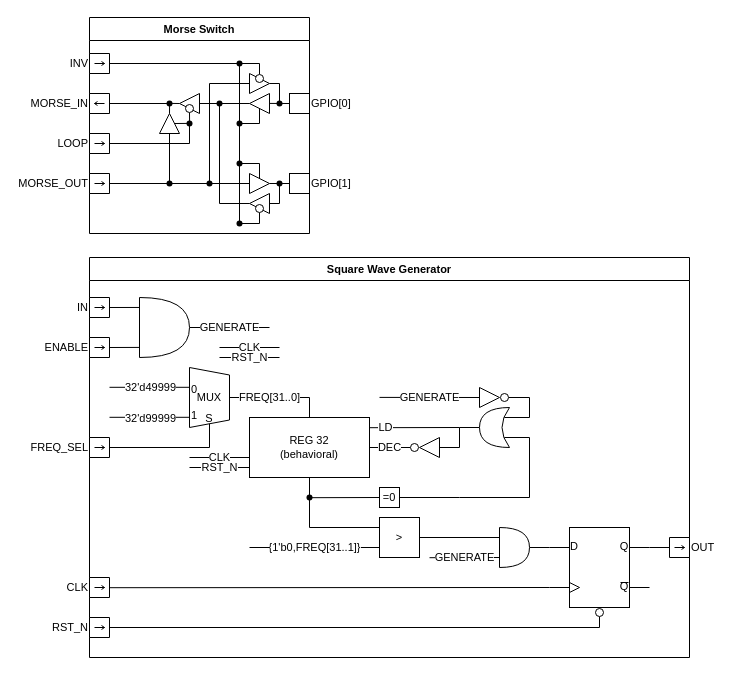
KockaAdmiralac/arilla-vlsi keeps this draw.io diagram as page "Morse Switch Square Wave Generator" (5 of 6) of docs/schem.drawio. Above is the earlier version. Source tidied: cells renumbered, new cells numbered last; positions are measured from the earlier drawing's top-left corner, leaving out a move shared by most shapes. Both pictures are drawn from the tidied source at 100%, with x=0, y=0 at pixel (89, 17).
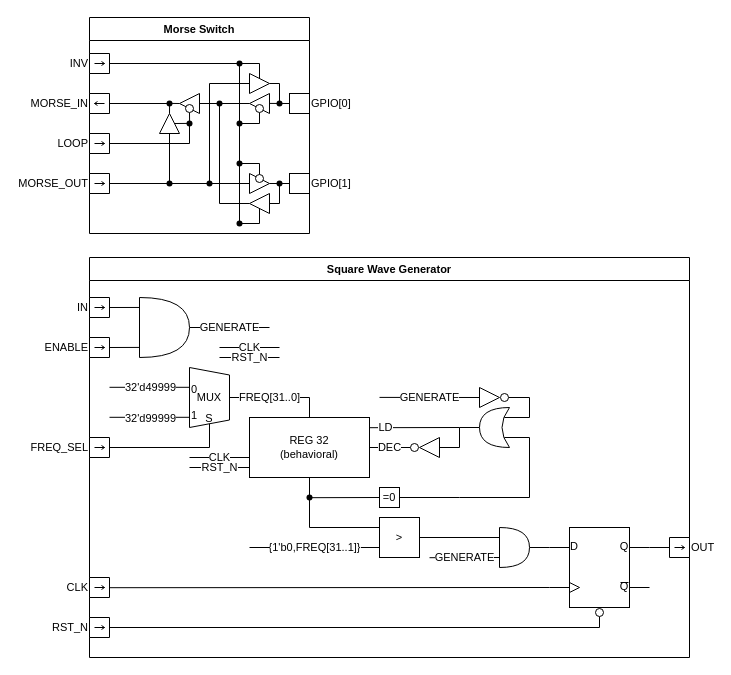
Above is the later version.

Unchanged cells that the change refers to:
```xml
<mxCell id="15" style="triangle;whiteSpace=wrap;html=1;strokeColor=#000000;fontSize=11;" parent="4" vertex="1">
  <mxGeometry x="160" y="56" width="20" height="20" as="geometry" />
</mxCell>
<mxCell id="18" style="triangle;whiteSpace=wrap;html=1;strokeColor=#000000;fontSize=11;flipH=1;" parent="4" vertex="1">
  <mxGeometry x="160" y="76" width="20" height="20" as="geometry" />
</mxCell>
<mxCell id="20" style="triangle;whiteSpace=wrap;html=1;strokeColor=#000000;fontSize=11;flipH=1;" parent="4" vertex="1">
  <mxGeometry x="160" y="176" width="20" height="20" as="geometry" />
</mxCell>
<mxCell id="37" style="shape=waypoint;sketch=0;size=6;points=[];fillColor=none;perimeter=centerPerimeter;snapToPoint=1;labelBorderColor=none;strokeColor=#000000;fontSize=11;" parent="4" vertex="1">
  <mxGeometry x="140" y="96" width="20" height="20" as="geometry" />
</mxCell>
```

Change to the diagram source:
```diff
@@
-    <mxCell id="16" style="edgeStyle=none;rounded=0;jettySize=auto;html=1;exitX=0.5;exitY=1;exitDx=0;exitDy=0;fontSize=11;endArrow=none;endFill=0;" parent="4" edge="1" source="18">
+    <mxCell id="16" style="edgeStyle=none;rounded=0;jettySize=auto;html=1;exitX=0.9;exitY=0.5;exitDx=0;exitDy=0;fontSize=11;endArrow=none;endFill=0;startArrow=none;exitPerimeter=0;" parent="4" edge="1" source="111" target="37">
       <mxGeometry relative="1" as="geometry">
-        <mxPoint x="150" y="106" as="targetPoint" />
         <Array as="points">
           <mxPoint x="170" y="106" />
         </Array>
       </mxGeometry>
     </mxCell>
@@
-    <mxCell id="23" style="edgeStyle=none;rounded=0;jettySize=auto;html=1;exitX=0.9;exitY=0.5;exitDx=0;exitDy=0;exitPerimeter=0;fontSize=11;endArrow=none;endFill=0;" parent="4" edge="1" source="24">
+    <mxCell id="23" style="edgeStyle=none;rounded=0;jettySize=auto;html=1;exitX=0.5;exitY=0;exitDx=0;exitDy=0;fontSize=11;endArrow=none;endFill=0;" parent="4" edge="1" source="15">
       <mxGeometry relative="1" as="geometry">
         <mxPoint x="150" y="46" as="targetPoint" />
         <Array as="points">
           <mxPoint x="170" y="46" />
         </Array>
       </mxGeometry>
     </mxCell>
-    <mxCell id="24" style="verticalLabelPosition=bottom;shadow=0;dashed=0;align=center;html=1;verticalAlign=top;shape=mxgraph.electrical.logic_gates.inverting_contact;strokeColor=#000000;fontSize=11;rotation=-90;" parent="4" vertex="1">
-      <mxGeometry x="165" y="56" width="10" height="10" as="geometry" />
-    </mxCell>
@@
-    <mxCell id="30" style="edgeStyle=none;rounded=0;jettySize=auto;html=1;exitX=0.1;exitY=0.5;exitDx=0;exitDy=0;exitPerimeter=0;fontSize=11;endArrow=none;endFill=0;" parent="4" edge="1" source="31">
+    <mxCell id="30" style="edgeStyle=none;rounded=0;jettySize=auto;html=1;fontSize=11;endArrow=none;endFill=0;exitX=0.5;exitY=1;exitDx=0;exitDy=0;" parent="4" edge="1" source="20">
       <mxGeometry relative="1" as="geometry">
         <mxPoint x="150" y="206" as="targetPoint" />
         <Array as="points">
           <mxPoint x="170" y="206" />
         </Array>
       </mxGeometry>
     </mxCell>
     <mxCell id="31" style="verticalLabelPosition=bottom;shadow=0;dashed=0;align=center;html=1;verticalAlign=top;shape=mxgraph.electrical.logic_gates.inverting_contact;strokeColor=#000000;fontSize=11;labelBorderColor=none;rotation=-90;" parent="4" vertex="1">
-      <mxGeometry x="165" y="186" width="10" height="10" as="geometry" />
+      <mxGeometry x="165" y="156" width="10" height="10" as="geometry" />
     </mxCell>
@@
+    <mxCell id="111" style="verticalLabelPosition=bottom;shadow=0;dashed=0;align=center;html=1;verticalAlign=top;shape=mxgraph.electrical.logic_gates.inverting_contact;strokeColor=#000000;fontSize=11;rotation=90;" parent="4" vertex="1">
+      <mxGeometry x="165" y="86" width="10" height="10" as="geometry" />
+    </mxCell>
```
